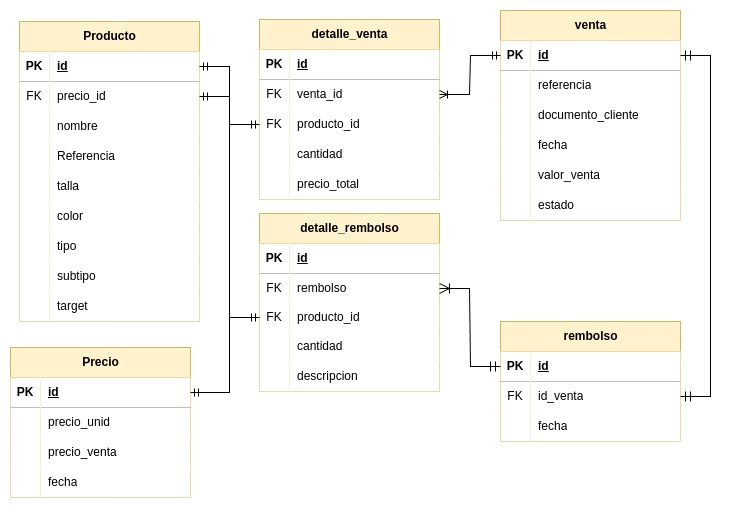
Gilgamesh06/Ecommerce keeps this draw.io diagram as Diagramas/DB/Ventas.png. Above is the earlier version. Source tidied: cells renumbered, new cells last; positions are measured from the earlier drawing's top-left corner, leaving out a move shared by most shapes.
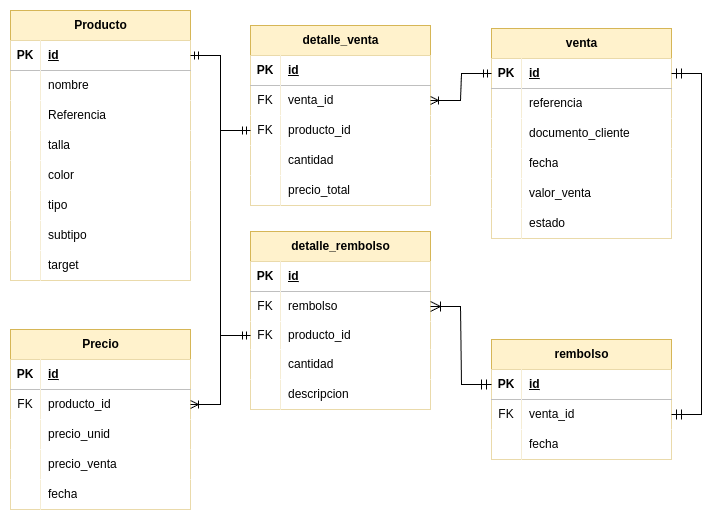
Later version of the same file.

Commit message:
Se actualizo los diagramas de arquitectura y de db de ventas

What changed in the source:
```diff
@@ -60,7 +60,7 @@
       <mxGeometry x="30" width="150" height="30" as="geometry" />
     </mxCell>
     <mxCell id="21" value="detalle_venta" style="shape=table;startSize=30;rowLines=0;fontStyle=1;align=center;html=1;fillColor=#fff2cc;strokeColor=#d6b656;" parent="1" vertex="1">
-      <mxGeometry x="249" y="9" width="180" height="180" as="geometry" />
+      <mxGeometry x="249" y="-3" width="180" height="180" as="geometry" />
     </mxCell>
     <mxCell id="22" style="shape=tableRow;horizontal=0;startSize=0;swimlaneHead=0;swimlaneBody=0;fillColor=none;top=0;left=0;right=0;bottom=1;" parent="21" vertex="1">
       <mxGeometry y="30" width="180" height="30" as="geometry" />
@@ -125,7 +125,7 @@
     <mxCell id="42" value="FK" style="shape=partialRectangle;top=0;left=0;bottom=0;right=0;overflow=hidden;whiteSpace=wrap;html=1;" parent="41" vertex="1">
       <mxGeometry width="30" height="30" as="geometry" />
     </mxCell>
-    <mxCell id="43" value="id_venta" style="shape=partialRectangle;fillColor=default;top=0;left=0;bottom=0;right=0;align=left;spacingLeft=6;overflow=hidden;whiteSpace=wrap;html=1;" parent="41" vertex="1">
+    <mxCell id="43" value="venta_id" style="shape=partialRectangle;fillColor=default;top=0;left=0;bottom=0;right=0;align=left;spacingLeft=6;overflow=hidden;whiteSpace=wrap;html=1;" parent="41" vertex="1">
       <mxGeometry x="30" width="150" height="30" as="geometry" />
     </mxCell>
     <mxCell id="44" style="shape=tableRow;horizontal=0;startSize=0;swimlaneHead=0;swimlaneBody=0;fillColor=none;top=0;left=0;right=0;bottom=0;" parent="37" vertex="1">
@@ -189,7 +189,7 @@
       <mxGeometry relative="1" as="geometry" />
     </mxCell>
     <mxCell id="64" value="Precio" style="shape=table;startSize=30;rowLines=0;fontStyle=1;align=center;html=1;fillColor=#fff2cc;strokeColor=#d6b656;" parent="1" vertex="1">
-      <mxGeometry y="337" width="180" height="150" as="geometry" />
+      <mxGeometry x="9" y="301" width="180" height="180" as="geometry" />
     </mxCell>
     <mxCell id="65" style="shape=tableRow;horizontal=0;startSize=0;swimlaneHead=0;swimlaneBody=0;fillColor=none;points=[[0,0.5],[1,0.5]];portConstraint=eastwest;top=0;left=0;right=0;bottom=1;" parent="64" vertex="1">
       <mxGeometry y="30" width="180" height="30" as="geometry" />
@@ -200,8 +200,17 @@
     <mxCell id="67" value="id" style="shape=partialRectangle;fillColor=default;top=0;left=0;bottom=0;right=0;align=left;spacingLeft=6;fontStyle=5;overflow=hidden;whiteSpace=wrap;html=1;" parent="65" vertex="1">
       <mxGeometry x="30" width="150" height="30" as="geometry" />
     </mxCell>
+    <mxCell id="81" style="shape=tableRow;horizontal=0;startSize=0;swimlaneHead=0;swimlaneBody=0;fillColor=none;points=[[0,0.5],[1,0.5]];portConstraint=eastwest;top=0;left=0;right=0;bottom=0;" parent="64" vertex="1">
+      <mxGeometry y="60" width="180" height="30" as="geometry" />
+    </mxCell>
+    <mxCell id="82" value="FK" style="shape=partialRectangle;fillColor=default;top=0;left=0;bottom=0;right=0;overflow=hidden;whiteSpace=wrap;html=1;" parent="81" vertex="1">
+      <mxGeometry width="30" height="30" as="geometry" />
+    </mxCell>
+    <mxCell id="110" value="producto_id" style="shape=partialRectangle;fillColor=default;top=0;left=0;bottom=0;right=0;align=left;spacingLeft=6;overflow=hidden;whiteSpace=wrap;html=1;" parent="81" vertex="1">
+      <mxGeometry x="30" width="150" height="30" as="geometry" />
+    </mxCell>
     <mxCell id="68" style="shape=tableRow;horizontal=0;startSize=0;swimlaneHead=0;swimlaneBody=0;fillColor=none;top=0;left=0;right=0;bottom=0;" parent="64" vertex="1">
-      <mxGeometry y="60" width="180" height="30" as="geometry" />
+      <mxGeometry y="90" width="180" height="30" as="geometry" />
     </mxCell>
     <mxCell id="69" style="shape=partialRectangle;fillColor=default;top=0;left=0;bottom=0;right=0;overflow=hidden;whiteSpace=wrap;html=1;" parent="68" vertex="1">
       <mxGeometry width="30" height="30" as="geometry" />
@@ -210,7 +219,7 @@
       <mxGeometry x="30" width="150" height="30" as="geometry" />
     </mxCell>
     <mxCell id="71" style="shape=tableRow;horizontal=0;startSize=0;swimlaneHead=0;swimlaneBody=0;fillColor=none;top=0;left=0;right=0;bottom=0;" parent="64" vertex="1">
-      <mxGeometry y="90" width="180" height="30" as="geometry" />
+      <mxGeometry y="120" width="180" height="30" as="geometry" />
     </mxCell>
     <mxCell id="72" style="shape=partialRectangle;fillColor=default;top=0;left=0;bottom=0;right=0;overflow=hidden;whiteSpace=wrap;html=1;" parent="71" vertex="1">
       <mxGeometry width="30" height="30" as="geometry" />
@@ -219,7 +228,7 @@
       <mxGeometry x="30" width="150" height="30" as="geometry" />
     </mxCell>
     <mxCell id="74" style="shape=tableRow;horizontal=0;startSize=0;swimlaneHead=0;swimlaneBody=0;fillColor=none;top=0;left=0;right=0;bottom=0;" parent="64" vertex="1">
-      <mxGeometry y="120" width="180" height="30" as="geometry" />
+      <mxGeometry y="150" width="180" height="30" as="geometry" />
     </mxCell>
     <mxCell id="75" style="shape=partialRectangle;fillColor=default;top=0;left=0;bottom=0;right=0;overflow=hidden;whiteSpace=wrap;html=1;" parent="74" vertex="1">
       <mxGeometry width="30" height="30" as="geometry" />
@@ -228,7 +237,7 @@
       <mxGeometry x="30" width="150" height="30" as="geometry" />
     </mxCell>
     <mxCell id="77" value="Producto" style="shape=table;startSize=30;rowLines=0;fontStyle=1;align=center;html=1;fillColor=#fff2cc;strokeColor=#d6b656;" parent="1" vertex="1">
-      <mxGeometry x="9" y="11" width="180" height="300" as="geometry" />
+      <mxGeometry x="9" y="-18" width="180" height="270" as="geometry" />
     </mxCell>
     <mxCell id="78" style="shape=tableRow;horizontal=0;startSize=0;swimlaneHead=0;swimlaneBody=0;fillColor=none;points=[[0,0.5],[1,0.5]];portConstraint=eastwest;top=0;left=0;right=0;bottom=1;" parent="77" vertex="1">
       <mxGeometry y="30" width="180" height="30" as="geometry" />
@@ -239,17 +248,8 @@
     <mxCell id="80" value="id" style="shape=partialRectangle;fillColor=default;top=0;left=0;bottom=0;right=0;align=left;spacingLeft=6;fontStyle=5;overflow=hidden;whiteSpace=wrap;html=1;" parent="78" vertex="1">
       <mxGeometry x="30" width="150" height="30" as="geometry" />
     </mxCell>
-    <mxCell id="81" style="shape=tableRow;horizontal=0;startSize=0;swimlaneHead=0;swimlaneBody=0;fillColor=none;points=[[0,0.5],[1,0.5]];portConstraint=eastwest;top=0;left=0;right=0;bottom=0;" parent="77" vertex="1">
-      <mxGeometry y="60" width="180" height="30" as="geometry" />
-    </mxCell>
-    <mxCell id="82" value="FK" style="shape=partialRectangle;fillColor=default;top=0;left=0;bottom=0;right=0;overflow=hidden;whiteSpace=wrap;html=1;" parent="81" vertex="1">
-      <mxGeometry width="30" height="30" as="geometry" />
-    </mxCell>
-    <mxCell id="83" value="precio_id" style="shape=partialRectangle;fillColor=default;top=0;left=0;bottom=0;right=0;align=left;spacingLeft=6;overflow=hidden;whiteSpace=wrap;html=1;" parent="81" vertex="1">
-      <mxGeometry x="30" width="150" height="30" as="geometry" />
-    </mxCell>
     <mxCell id="84" style="shape=tableRow;horizontal=0;startSize=0;swimlaneHead=0;swimlaneBody=0;fillColor=none;top=0;left=0;right=0;bottom=0;" parent="77" vertex="1">
-      <mxGeometry y="90" width="180" height="30" as="geometry" />
+      <mxGeometry y="60" width="180" height="30" as="geometry" />
     </mxCell>
     <mxCell id="85" style="shape=partialRectangle;fillColor=default;top=0;left=0;bottom=0;right=0;overflow=hidden;whiteSpace=wrap;html=1;" parent="84" vertex="1">
       <mxGeometry width="30" height="30" as="geometry" />
@@ -258,7 +258,7 @@
       <mxGeometry x="30" width="150" height="30" as="geometry" />
     </mxCell>
     <mxCell id="87" style="shape=tableRow;horizontal=0;startSize=0;swimlaneHead=0;swimlaneBody=0;fillColor=none;top=0;left=0;right=0;bottom=0;" parent="77" vertex="1">
-      <mxGeometry y="120" width="180" height="30" as="geometry" />
+      <mxGeometry y="90" width="180" height="30" as="geometry" />
     </mxCell>
     <mxCell id="88" style="shape=partialRectangle;fillColor=default;top=0;left=0;bottom=0;right=0;overflow=hidden;whiteSpace=wrap;html=1;" parent="87" vertex="1">
       <mxGeometry width="30" height="30" as="geometry" />
@@ -267,7 +267,7 @@
       <mxGeometry x="30" width="150" height="30" as="geometry" />
     </mxCell>
     <mxCell id="90" style="shape=tableRow;horizontal=0;startSize=0;swimlaneHead=0;swimlaneBody=0;fillColor=none;top=0;left=0;right=0;bottom=0;" parent="77" vertex="1">
-      <mxGeometry y="150" width="180" height="30" as="geometry" />
+      <mxGeometry y="120" width="180" height="30" as="geometry" />
     </mxCell>
     <mxCell id="91" style="shape=partialRectangle;fillColor=default;top=0;left=0;bottom=0;right=0;overflow=hidden;whiteSpace=wrap;html=1;" parent="90" vertex="1">
       <mxGeometry width="30" height="30" as="geometry" />
@@ -276,7 +276,7 @@
       <mxGeometry x="30" width="150" height="30" as="geometry" />
     </mxCell>
     <mxCell id="93" style="shape=tableRow;horizontal=0;startSize=0;swimlaneHead=0;swimlaneBody=0;fillColor=none;top=0;left=0;right=0;bottom=0;" parent="77" vertex="1">
-      <mxGeometry y="180" width="180" height="30" as="geometry" />
+      <mxGeometry y="150" width="180" height="30" as="geometry" />
     </mxCell>
     <mxCell id="94" style="shape=partialRectangle;fillColor=default;top=0;left=0;bottom=0;right=0;overflow=hidden;whiteSpace=wrap;html=1;" parent="93" vertex="1">
       <mxGeometry width="30" height="30" as="geometry" />
@@ -285,7 +285,7 @@
       <mxGeometry x="30" width="150" height="30" as="geometry" />
     </mxCell>
     <mxCell id="96" style="shape=tableRow;horizontal=0;startSize=0;swimlaneHead=0;swimlaneBody=0;fillColor=none;top=0;left=0;right=0;bottom=0;" parent="77" vertex="1">
-      <mxGeometry y="210" width="180" height="30" as="geometry" />
+      <mxGeometry y="180" width="180" height="30" as="geometry" />
     </mxCell>
     <mxCell id="97" style="shape=partialRectangle;fillColor=default;top=0;left=0;bottom=0;right=0;overflow=hidden;whiteSpace=wrap;html=1;" parent="96" vertex="1">
       <mxGeometry width="30" height="30" as="geometry" />
@@ -294,7 +294,7 @@
       <mxGeometry x="30" width="150" height="30" as="geometry" />
     </mxCell>
     <mxCell id="99" style="shape=tableRow;horizontal=0;startSize=0;swimlaneHead=0;swimlaneBody=0;fillColor=none;top=0;left=0;right=0;bottom=0;" parent="77" vertex="1">
-      <mxGeometry y="240" width="180" height="30" as="geometry" />
+      <mxGeometry y="210" width="180" height="30" as="geometry" />
     </mxCell>
     <mxCell id="100" style="shape=partialRectangle;fillColor=default;top=0;left=0;bottom=0;right=0;overflow=hidden;whiteSpace=wrap;html=1;" parent="99" vertex="1">
       <mxGeometry width="30" height="30" as="geometry" />
@@ -303,7 +303,7 @@
       <mxGeometry x="30" width="150" height="30" as="geometry" />
     </mxCell>
     <mxCell id="102" style="shape=tableRow;horizontal=0;startSize=0;swimlaneHead=0;swimlaneBody=0;fillColor=none;top=0;left=0;right=0;bottom=0;" parent="77" vertex="1">
-      <mxGeometry y="270" width="180" height="30" as="geometry" />
+      <mxGeometry y="240" width="180" height="30" as="geometry" />
     </mxCell>
     <mxCell id="103" style="shape=partialRectangle;fillColor=default;top=0;left=0;bottom=0;right=0;overflow=hidden;whiteSpace=wrap;html=1;" parent="102" vertex="1">
       <mxGeometry width="30" height="30" as="geometry" />
@@ -323,8 +323,8 @@
     <mxCell id="108" style="edgeStyle=entityRelationEdgeStyle;fontSize=12;html=1;endArrow=ERoneToMany;startArrow=ERmandOne;rounded=0;startSize=8;endSize=8;entryX=1;entryY=0.5;entryDx=0;entryDy=0;" parent="1" edge="1" source="38" target="51">
       <mxGeometry relative="1" as="geometry" />
     </mxCell>
-    <mxCell id="109" style="edgeStyle=entityRelationEdgeStyle;fontSize=12;html=1;endArrow=ERmandOne;startArrow=ERmandOne;rounded=0;exitX=1;exitY=0.5;exitDx=0;exitDy=0;" parent="1" edge="1" source="65" target="81">
-      <mxGeometry relative="1" as="geometry" />
-    </mxCell>
+    <mxCell id="111" style="edgeStyle=entityRelationEdgeStyle;fontSize=12;html=1;endArrow=ERoneToMany;startArrow=ERmandOne;rounded=0;exitX=1;exitY=0.5;exitDx=0;exitDy=0;" parent="1" edge="1" source="78" target="81">
+      <mxGeometry relative="1" as="geometry" />
+    </mxCell>
   </root>
 </mxGraphModel>
```
